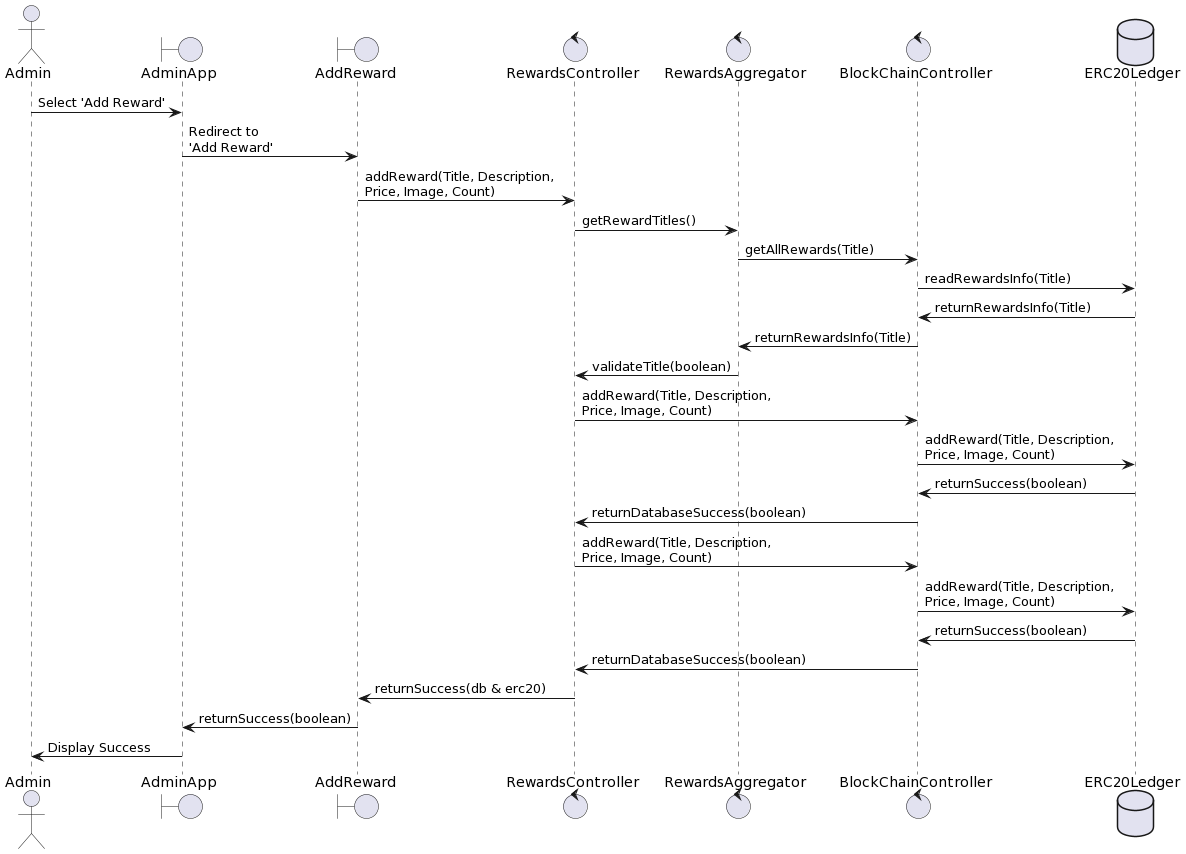
This is Admin_AddReward.png from Tamong/TFS, a PlantUML export, as it was before one commit.
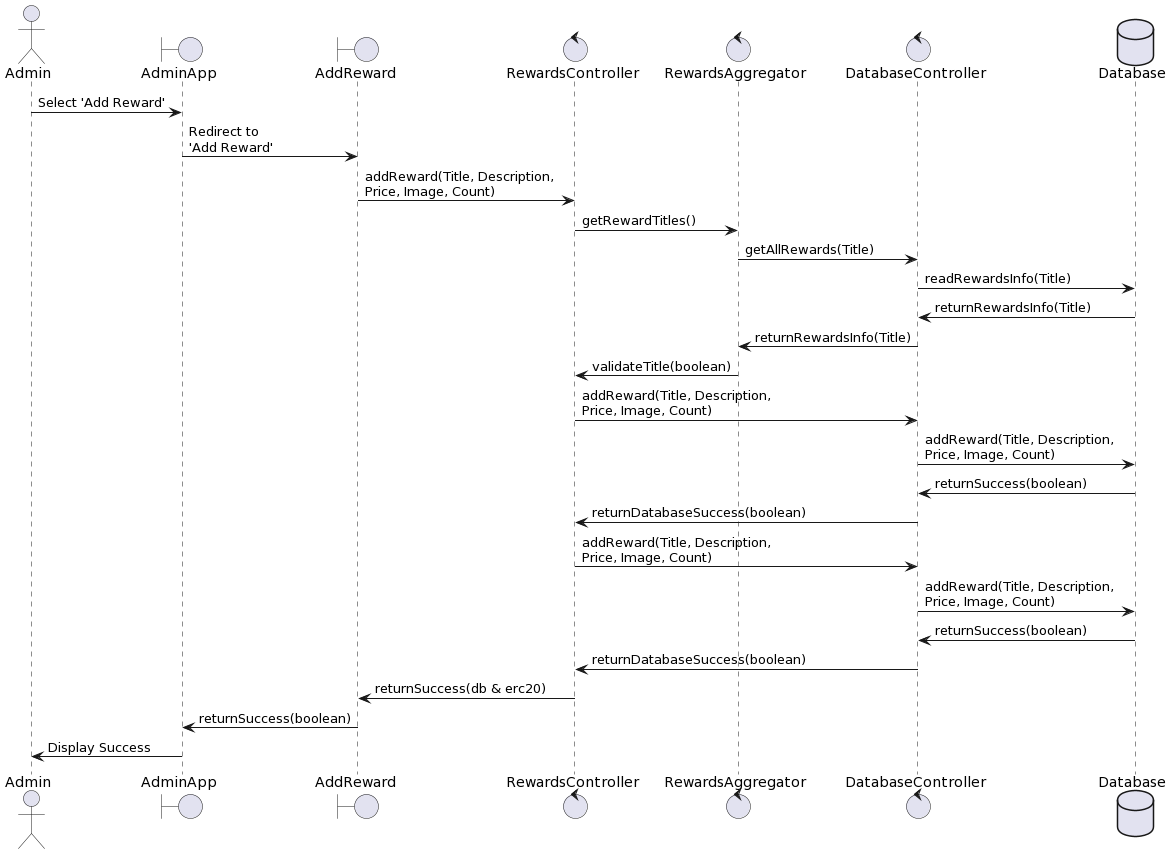
Later version of the same file.

What changed in the source:
```diff
@@ -5,9 +5,9 @@
 
 control     RewardsController
 control     RewardsAggregator
-control     BlockChainController
+control     DatabaseController
 
-database    ERC20Ledger
+database    Database
 
 Admin -> AdminApp: Select 'Add Reward'
 AdminApp -> AddReward: Redirect to \n'Add Reward'
@@ -15,21 +15,21 @@
 AddReward -> RewardsController : addReward(Title, Description, \nPrice, Image, Count)
 
 RewardsController -> RewardsAggregator : getRewardTitles()
-RewardsAggregator -> BlockChainController: getAllRewards(Title)
-BlockChainController-> ERC20Ledger: readRewardsInfo(Title)
-ERC20Ledger-> BlockChainController: returnRewardsInfo(Title)
-BlockChainController-> RewardsAggregator : returnRewardsInfo(Title)
+RewardsAggregator -> DatabaseController: getAllRewards(Title)
+DatabaseController-> Database: readRewardsInfo(Title)
+Database-> DatabaseController: returnRewardsInfo(Title)
+DatabaseController-> RewardsAggregator : returnRewardsInfo(Title)
 RewardsAggregator -> RewardsController : validateTitle(boolean)
 
-RewardsController -> BlockChainController: addReward(Title, Description,\nPrice, Image, Count)
-BlockChainController-> ERC20Ledger: addReward(Title, Description, \nPrice, Image, Count)
-ERC20Ledger-> BlockChainController: returnSuccess(boolean)
-BlockChainController-> RewardsController : returnDatabaseSuccess(boolean)
+RewardsController -> DatabaseController: addReward(Title, Description,\nPrice, Image, Count)
+DatabaseController-> Database: addReward(Title, Description, \nPrice, Image, Count)
+Database-> DatabaseController: returnSuccess(boolean)
+DatabaseController-> RewardsController : returnDatabaseSuccess(boolean)
 
-RewardsController -> BlockChainController: addReward(Title, Description, \nPrice, Image, Count)
-BlockChainController-> ERC20Ledger: addReward(Title, Description, \nPrice, Image, Count)
-ERC20Ledger-> BlockChainController: returnSuccess(boolean)
-BlockChainController -> RewardsController : returnDatabaseSuccess(boolean)
+RewardsController -> DatabaseController: addReward(Title, Description, \nPrice, Image, Count)
+DatabaseController-> Database: addReward(Title, Description, \nPrice, Image, Count)
+Database-> DatabaseController: returnSuccess(boolean)
+DatabaseController-> RewardsController : returnDatabaseSuccess(boolean)
 
 
 RewardsController -> AddReward : returnSuccess(db & erc20)
```
